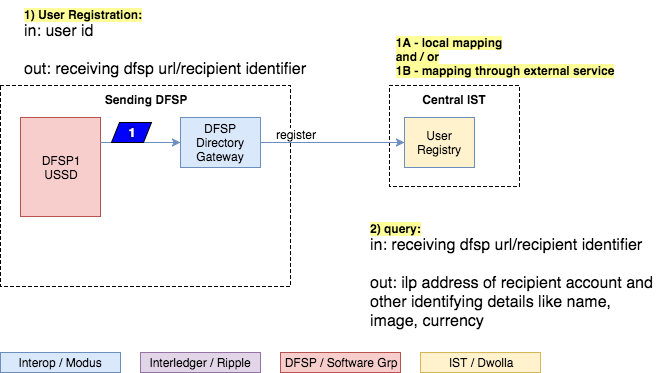
Before: docs/User_Account Registration.png, a diagram exported from draw.io (maduhu/Interop-Issues). Source tidied: cells renumbered, new cells last; positions are measured from the earlier drawing's top-left corner, leaving out a move shared by most shapes. Source of this version:
```xml
<mxGraphModel background="#ffffff">
  <root>
    <mxCell id="0" />
    <mxCell id="1" parent="0" />
    <mxCell id="2" value="&lt;b&gt;Central IST&lt;/b&gt;" style="whiteSpace=wrap;html=1;labelBackgroundColor=none;fontSize=12;align=center;verticalAlign=top;dashed=1;" parent="1" vertex="1">
      <mxGeometry x="389" y="85" width="130" height="101" as="geometry" />
    </mxCell>
    <mxCell id="3" value="&lt;b&gt;Sending DFSP&lt;/b&gt;" style="whiteSpace=wrap;html=1;labelBackgroundColor=none;fontSize=12;align=center;verticalAlign=top;dashed=1;" parent="1" vertex="1">
      <mxGeometry y="85" width="290" height="201" as="geometry" />
    </mxCell>
    <mxCell id="4" value="DFSP1&lt;div&gt;USSD&lt;/div&gt;" style="whiteSpace=wrap;html=1;labelBackgroundColor=none;fontSize=12;align=center;fillColor=#f8cecc;strokeColor=#b85450;" parent="1" vertex="1">
      <mxGeometry x="20" y="117" width="80" height="99" as="geometry" />
    </mxCell>
    <mxCell id="5" value="DFSP Directory Gateway" style="whiteSpace=wrap;html=1;labelBackgroundColor=none;fontSize=12;align=center;fillColor=#dae8fc;strokeColor=#6c8ebf;" parent="1" vertex="1">
      <mxGeometry x="180" y="117" width="80" height="50" as="geometry" />
    </mxCell>
    <mxCell id="6" value="User Registry" style="whiteSpace=wrap;html=1;labelBackgroundColor=none;fontSize=12;align=center;fillColor=#FFF2CC;strokeColor=#6c8ebf;" parent="1" vertex="1">
      <mxGeometry x="404" y="117" width="70" height="50" as="geometry" />
    </mxCell>
    <mxCell id="7" style="endArrow=classic;startArrow=none;html=1;labelBackgroundColor=none;fontSize=12;entryX=0;entryY=0.5;fontColor=#00FF00;fillColor=#dae8fc;strokeColor=#6c8ebf;startFill=0;exitX=1;exitY=0.25;" parent="1" edge="1" source="4" target="5">
      <mxGeometry x="-175" y="-710" as="geometry" />
    </mxCell>
    <mxCell id="8" style="endArrow=classic;startArrow=none;html=1;labelBackgroundColor=none;fontSize=12;entryX=0;entryY=0.5;fontColor=#00FF00;fillColor=#dae8fc;strokeColor=#6c8ebf;exitX=1;exitY=0.5;startFill=0;" parent="1" edge="1" source="5" target="6">
      <mxGeometry x="-165" y="-700" as="geometry" />
    </mxCell>
    <mxCell id="9" value="register" style="text;html=1;align=center;verticalAlign=middle;labelBackgroundColor=#ffffff;fontSize=12;fontColor=#000000;" parent="8" vertex="1">
      <mxGeometry relative="1" as="geometry">
        <mxPoint x="-37" y="-9" as="offset" />
      </mxGeometry>
    </mxCell>
    <mxCell id="10" value="&lt;div style=&quot;text-align: left&quot;&gt;&lt;span style=&quot;background-color: rgb(255 , 255 , 153)&quot;&gt;&lt;font style=&quot;font-size: 12px&quot;&gt;&lt;b&gt;1) User Registration:&lt;/b&gt;&lt;/font&gt;&lt;/span&gt;&lt;/div&gt;&lt;div style=&quot;text-align: left&quot;&gt;&lt;font size=&quot;3&quot;&gt;in: user id&lt;/font&gt;&lt;/div&gt;&lt;div style=&quot;text-align: left&quot;&gt;&lt;font size=&quot;3&quot;&gt;&lt;br&gt;&lt;/font&gt;&lt;/div&gt;&lt;div style=&quot;text-align: left&quot;&gt;&lt;font size=&quot;3&quot;&gt;out: receiving dfsp url/recipient identifier&lt;/font&gt;&lt;/div&gt;" style="text;html=1;strokeColor=none;fillColor=none;align=center;verticalAlign=middle;whiteSpace=wrap;labelBackgroundColor=#ffffff;fontSize=12;fontColor=#000000;" parent="1" vertex="1">
      <mxGeometry x="20" width="290" height="85" as="geometry" />
    </mxCell>
    <mxCell id="11" value="&lt;b&gt;&lt;font color=&quot;#ffffff&quot; style=&quot;background-color: rgb(0 , 0 , 204)&quot;&gt;1&lt;/font&gt;&lt;/b&gt;" style="shape=parallelogram;whiteSpace=wrap;html=1;labelBackgroundColor=#ffffff;fillColor=#0000FF;fontSize=12;fontColor=#000000;align=center;" parent="1" vertex="1">
      <mxGeometry x="111" y="122" width="40" height="20" as="geometry" />
    </mxCell>
    <mxCell id="12" value="&lt;div style=&quot;text-align: left&quot;&gt;&lt;span style=&quot;background-color: rgb(255 , 255 , 153)&quot;&gt;&lt;b&gt;&lt;font style=&quot;font-size: 12px&quot;&gt;2) query:&lt;/font&gt;&lt;/b&gt;&lt;/span&gt;&lt;/div&gt;&lt;div style=&quot;text-align: left&quot;&gt;&lt;span&gt;&lt;font size=&quot;3&quot;&gt;in: receiving dfsp url/recipient identifier&lt;/font&gt;&lt;/span&gt;&lt;/div&gt;&lt;div style=&quot;text-align: left&quot;&gt;&lt;span&gt;&lt;font size=&quot;3&quot;&gt;&lt;br&gt;&lt;/font&gt;&lt;/span&gt;&lt;/div&gt;&lt;div style=&quot;text-align: left&quot;&gt;&lt;span&gt;&lt;font size=&quot;3&quot;&gt;out: ilp address of recipient account and other identifying details like name, image, currency&lt;/font&gt;&lt;/span&gt;&lt;/div&gt;" style="text;html=1;strokeColor=none;fillColor=none;align=center;verticalAlign=middle;whiteSpace=wrap;labelBackgroundColor=#ffffff;fontSize=12;fontColor=#000000;" parent="1" vertex="1">
      <mxGeometry x="369" y="220" width="290" height="110" as="geometry" />
    </mxCell>
    <mxCell id="13" value="&lt;div style=&quot;text-align: left&quot;&gt;&lt;b style=&quot;background-color: rgb(255 , 255 , 153)&quot;&gt;1A - local mapping&lt;/b&gt;&lt;/div&gt;&lt;div style=&quot;text-align: left&quot;&gt;&lt;b style=&quot;background-color: rgb(255 , 255 , 153)&quot;&gt;and / or&lt;/b&gt;&lt;/div&gt;&lt;div style=&quot;text-align: left&quot;&gt;&lt;b style=&quot;background-color: rgb(255 , 255 , 153)&quot;&gt;1B - mapping through external service&lt;/b&gt;&lt;/div&gt;" style="text;html=1;strokeColor=none;fillColor=none;align=center;verticalAlign=middle;whiteSpace=wrap;labelBackgroundColor=#ffffff;fontSize=12;fontColor=#000000;" parent="1" vertex="1">
      <mxGeometry x="389" y="31" width="230" height="50" as="geometry" />
    </mxCell>
    <mxCell id="14" value="&lt;font color=&quot;#000000&quot;&gt;Interop / Modus&lt;/font&gt;" style="whiteSpace=wrap;html=1;labelBackgroundColor=none;fontSize=12;fontColor=#00FF00;align=center;fillColor=#dae8fc;strokeColor=#6c8ebf;" parent="1" vertex="1">
      <mxGeometry y="352" width="120" height="20" as="geometry" />
    </mxCell>
    <mxCell id="15" value="&lt;font color=&quot;#000000&quot;&gt;Interledger / Ripple&lt;/font&gt;" style="whiteSpace=wrap;html=1;labelBackgroundColor=none;fontSize=12;fontColor=#00FF00;align=center;fillColor=#e1d5e7;strokeColor=#9673a6;" parent="1" vertex="1">
      <mxGeometry x="140" y="352" width="120" height="20" as="geometry" />
    </mxCell>
    <mxCell id="16" value="&lt;font color=&quot;#000000&quot;&gt;DFSP / Software Grp&lt;/font&gt;" style="whiteSpace=wrap;html=1;labelBackgroundColor=none;fontSize=12;fontColor=#00FF00;align=center;fillColor=#f8cecc;strokeColor=#b85450;" parent="1" vertex="1">
      <mxGeometry x="280" y="352" width="120" height="20" as="geometry" />
    </mxCell>
    <mxCell id="17" value="&lt;font color=&quot;#000000&quot;&gt;IST / Dwolla&lt;/font&gt;" style="whiteSpace=wrap;html=1;labelBackgroundColor=none;fontSize=12;fontColor=#00FF00;align=center;fillColor=#fff2cc;strokeColor=#d6b656;" parent="1" vertex="1">
      <mxGeometry x="420" y="352" width="120" height="20" as="geometry" />
    </mxCell>
  </root>
</mxGraphModel>
```
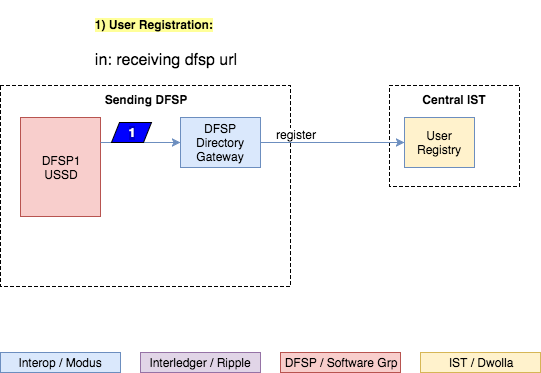
Later version of the same file.

The edit, as a diff of the source:
```diff
@@ -28,18 +28,12 @@
         <mxPoint x="-37" y="-9" as="offset" />
       </mxGeometry>
     </mxCell>
-    <mxCell id="10" value="&lt;div style=&quot;text-align: left&quot;&gt;&lt;span style=&quot;background-color: rgb(255 , 255 , 153)&quot;&gt;&lt;font style=&quot;font-size: 12px&quot;&gt;&lt;b&gt;1) User Registration:&lt;/b&gt;&lt;/font&gt;&lt;/span&gt;&lt;/div&gt;&lt;div style=&quot;text-align: left&quot;&gt;&lt;font size=&quot;3&quot;&gt;in: user id&lt;/font&gt;&lt;/div&gt;&lt;div style=&quot;text-align: left&quot;&gt;&lt;font size=&quot;3&quot;&gt;&lt;br&gt;&lt;/font&gt;&lt;/div&gt;&lt;div style=&quot;text-align: left&quot;&gt;&lt;font size=&quot;3&quot;&gt;out: receiving dfsp url/recipient identifier&lt;/font&gt;&lt;/div&gt;" style="text;html=1;strokeColor=none;fillColor=none;align=center;verticalAlign=middle;whiteSpace=wrap;labelBackgroundColor=#ffffff;fontSize=12;fontColor=#000000;" parent="1" vertex="1">
+    <mxCell id="10" value="&lt;div style=&quot;text-align: left&quot;&gt;&lt;span style=&quot;background-color: rgb(255 , 255 , 153)&quot;&gt;&lt;font style=&quot;font-size: 12px&quot;&gt;&lt;b&gt;1) User Registration:&lt;/b&gt;&lt;/font&gt;&lt;/span&gt;&lt;/div&gt;&lt;div style=&quot;text-align: left&quot;&gt;&lt;font size=&quot;3&quot;&gt;&lt;br&gt;&lt;/font&gt;&lt;/div&gt;&lt;div style=&quot;text-align: left&quot;&gt;&lt;font size=&quot;3&quot;&gt;in: receiving dfsp url&lt;/font&gt;&lt;/div&gt;" style="text;html=1;strokeColor=none;fillColor=none;align=center;verticalAlign=middle;whiteSpace=wrap;labelBackgroundColor=#ffffff;fontSize=12;fontColor=#000000;" parent="1" vertex="1">
       <mxGeometry x="20" width="290" height="85" as="geometry" />
     </mxCell>
     <mxCell id="11" value="&lt;b&gt;&lt;font color=&quot;#ffffff&quot; style=&quot;background-color: rgb(0 , 0 , 204)&quot;&gt;1&lt;/font&gt;&lt;/b&gt;" style="shape=parallelogram;whiteSpace=wrap;html=1;labelBackgroundColor=#ffffff;fillColor=#0000FF;fontSize=12;fontColor=#000000;align=center;" parent="1" vertex="1">
       <mxGeometry x="111" y="122" width="40" height="20" as="geometry" />
     </mxCell>
-    <mxCell id="12" value="&lt;div style=&quot;text-align: left&quot;&gt;&lt;span style=&quot;background-color: rgb(255 , 255 , 153)&quot;&gt;&lt;b&gt;&lt;font style=&quot;font-size: 12px&quot;&gt;2) query:&lt;/font&gt;&lt;/b&gt;&lt;/span&gt;&lt;/div&gt;&lt;div style=&quot;text-align: left&quot;&gt;&lt;span&gt;&lt;font size=&quot;3&quot;&gt;in: receiving dfsp url/recipient identifier&lt;/font&gt;&lt;/span&gt;&lt;/div&gt;&lt;div style=&quot;text-align: left&quot;&gt;&lt;span&gt;&lt;font size=&quot;3&quot;&gt;&lt;br&gt;&lt;/font&gt;&lt;/span&gt;&lt;/div&gt;&lt;div style=&quot;text-align: left&quot;&gt;&lt;span&gt;&lt;font size=&quot;3&quot;&gt;out: ilp address of recipient account and other identifying details like name, image, currency&lt;/font&gt;&lt;/span&gt;&lt;/div&gt;" style="text;html=1;strokeColor=none;fillColor=none;align=center;verticalAlign=middle;whiteSpace=wrap;labelBackgroundColor=#ffffff;fontSize=12;fontColor=#000000;" parent="1" vertex="1">
-      <mxGeometry x="369" y="220" width="290" height="110" as="geometry" />
-    </mxCell>
-    <mxCell id="13" value="&lt;div style=&quot;text-align: left&quot;&gt;&lt;b style=&quot;background-color: rgb(255 , 255 , 153)&quot;&gt;1A - local mapping&lt;/b&gt;&lt;/div&gt;&lt;div style=&quot;text-align: left&quot;&gt;&lt;b style=&quot;background-color: rgb(255 , 255 , 153)&quot;&gt;and / or&lt;/b&gt;&lt;/div&gt;&lt;div style=&quot;text-align: left&quot;&gt;&lt;b style=&quot;background-color: rgb(255 , 255 , 153)&quot;&gt;1B - mapping through external service&lt;/b&gt;&lt;/div&gt;" style="text;html=1;strokeColor=none;fillColor=none;align=center;verticalAlign=middle;whiteSpace=wrap;labelBackgroundColor=#ffffff;fontSize=12;fontColor=#000000;" parent="1" vertex="1">
-      <mxGeometry x="389" y="31" width="230" height="50" as="geometry" />
-    </mxCell>
     <mxCell id="14" value="&lt;font color=&quot;#000000&quot;&gt;Interop / Modus&lt;/font&gt;" style="whiteSpace=wrap;html=1;labelBackgroundColor=none;fontSize=12;fontColor=#00FF00;align=center;fillColor=#dae8fc;strokeColor=#6c8ebf;" parent="1" vertex="1">
       <mxGeometry y="352" width="120" height="20" as="geometry" />
     </mxCell>
```
